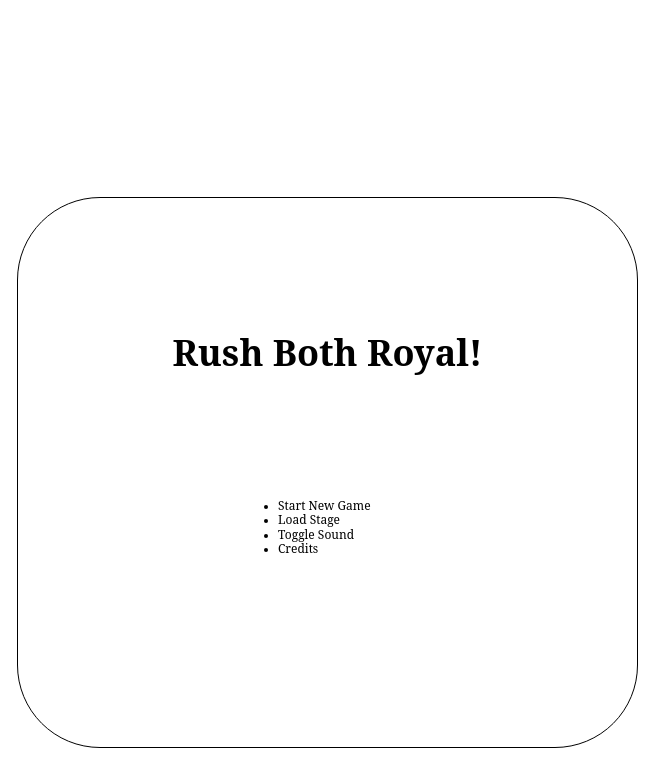
Before: page "Intro Screen" (2 of 3) of docs/sketching.drawio in WilmerSoriano/RushBots_Royal, a draw.io diagram. Source tidied: cells renumbered, new cells numbered last; positions are measured from the earlier drawing's top-left corner, leaving out a move shared by most shapes. Both pictures are drawn from the tidied source at 100%, with x=0, y=0 at pixel (17, 197).
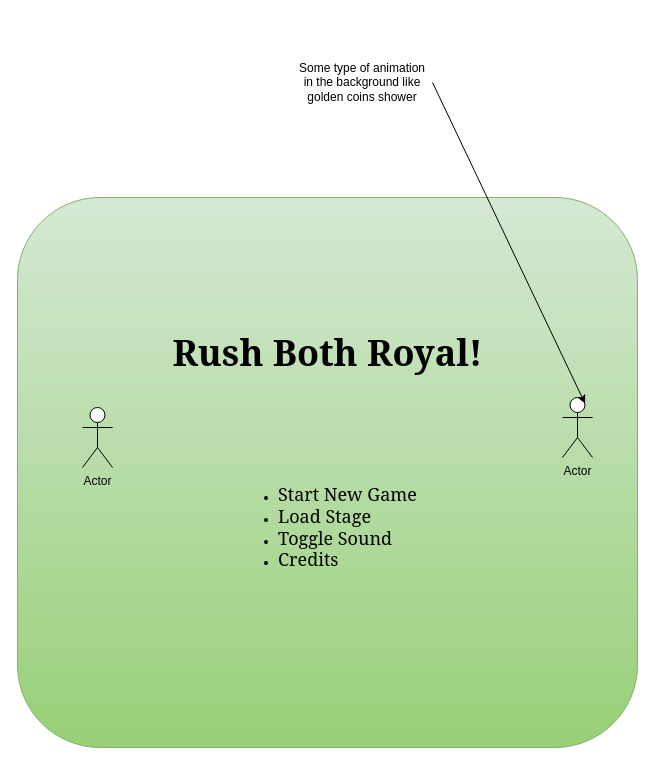
Above is the later version.

Diff of the diagram source:
```diff
@@
 <mxGraphModel>
   <root>
     <mxCell id="0" />
     <mxCell id="1" parent="0" />
-    <mxCell id="2" style="rounded=1;whiteSpace=wrap;html=1;" parent="1" vertex="1">
+    <mxCell id="2" style="rounded=1;whiteSpace=wrap;html=1;fillColor=#d5e8d4;strokeColor=#82b366;gradientColor=#97d077;" parent="1" vertex="1">
       <mxGeometry width="620" height="550" as="geometry" />
     </mxCell>
     <mxCell id="3" value="&lt;b&gt;&lt;font style=&quot;font-size: 36px;&quot; face=&quot;Georgia&quot;&gt;Rush Both Royal!&lt;/font&gt;&lt;/b&gt;" style="text;html=1;whiteSpace=wrap;strokeColor=none;fillColor=none;align=center;verticalAlign=middle;rounded=0;" parent="1" vertex="1">
       <mxGeometry x="148" y="110" width="325" height="90" as="geometry" />
     </mxCell>
-    <mxCell id="4" value="&lt;div align=&quot;left&quot;&gt;&lt;ul&gt;&lt;li&gt;&lt;font face=&quot;Georgia&quot;&gt;Start New Game&lt;/font&gt;&lt;/li&gt;&lt;li&gt;&lt;font face=&quot;Georgia&quot;&gt;Load Stage&lt;/font&gt;&lt;/li&gt;&lt;li&gt;&lt;font face=&quot;Georgia&quot;&gt;Toggle Sound&lt;/font&gt;&lt;/li&gt;&lt;li&gt;&lt;font face=&quot;Georgia&quot;&gt;Credits&lt;/font&gt;&lt;/li&gt;&lt;/ul&gt;&lt;/div&gt;" style="text;html=1;whiteSpace=wrap;strokeColor=none;fillColor=none;align=left;verticalAlign=middle;rounded=0;" parent="1" vertex="1">
-      <mxGeometry x="219" y="250" width="183" height="160" as="geometry" />
+    <mxCell id="4" value="&lt;div align=&quot;left&quot;&gt;&lt;ul&gt;&lt;li&gt;&lt;font face=&quot;Georgia&quot; style=&quot;font-size: 18px;&quot;&gt;Start New Game&lt;/font&gt;&lt;/li&gt;&lt;li&gt;&lt;font face=&quot;Georgia&quot; style=&quot;font-size: 18px;&quot;&gt;Load Stage&lt;/font&gt;&lt;/li&gt;&lt;li&gt;&lt;font face=&quot;Georgia&quot; style=&quot;font-size: 18px;&quot;&gt;Toggle Sound&lt;/font&gt;&lt;/li&gt;&lt;li&gt;&lt;font face=&quot;Georgia&quot; style=&quot;font-size: 18px;&quot;&gt;Credits&lt;/font&gt;&lt;/li&gt;&lt;/ul&gt;&lt;/div&gt;" style="text;html=1;whiteSpace=wrap;strokeColor=none;fillColor=none;align=left;verticalAlign=middle;rounded=0;" parent="1" vertex="1">
+      <mxGeometry x="219" y="250" width="246" height="160" as="geometry" />
     </mxCell>
+    <mxCell id="5" value="Actor" style="shape=umlActor;verticalLabelPosition=bottom;verticalAlign=top;html=1;outlineConnect=0;" parent="1" vertex="1">
+      <mxGeometry x="545" y="200" width="30" height="60" as="geometry" />
+    </mxCell>
+    <mxCell id="6" value="Actor" style="shape=umlActor;verticalLabelPosition=bottom;verticalAlign=top;html=1;" parent="1" vertex="1">
+      <mxGeometry x="65" y="210" width="30" height="60" as="geometry" />
+    </mxCell>
+    <mxCell id="7" style="endArrow=classic;html=1;rounded=0;entryX=0.75;entryY=0.1;entryDx=0;entryDy=0;entryPerimeter=0;exitX=1;exitY=0.5;exitDx=0;exitDy=0;" parent="1" edge="1" source="8" target="5">
+      <mxGeometry relative="1" as="geometry" />
+    </mxCell>
+    <mxCell id="8" value="Some type of animation in the background like golden coins shower" style="text;html=1;whiteSpace=wrap;strokeColor=none;fillColor=none;align=center;verticalAlign=middle;rounded=0;" parent="1" vertex="1">
+      <mxGeometry x="275" y="-180" width="140" height="130" as="geometry" />
+    </mxCell>
   </root>
 </mxGraphModel>
```
